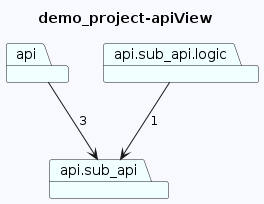
Earlier version of the PlantUML export diagrams/demo_project-apiView.png (mathiasbk1/archlens_test). Source of this version:
```plantuml
@startuml
skinparam backgroundColor GhostWhite
title demo_project-apiView
package "api" #Azure
package "api.sub_api.logic" #Azure
package "api.sub_api" #Azure
"api"-->"api.sub_api"  : 3
"api.sub_api.logic"-->"api.sub_api"  : 1
@enduml
```
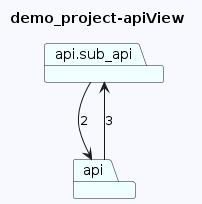
After the change.

What changed in the source:
```diff
@@ -1,9 +1,8 @@
 @startuml
 skinparam backgroundColor GhostWhite
 title demo_project-apiView
+package "api.sub_api" #Azure
 package "api" #Azure
-package "api.sub_api.logic" #Azure
-package "api.sub_api" #Azure
+"api.sub_api"-->"api"  : 2
 "api"-->"api.sub_api"  : 3
-"api.sub_api.logic"-->"api.sub_api"  : 1
 @enduml
```
